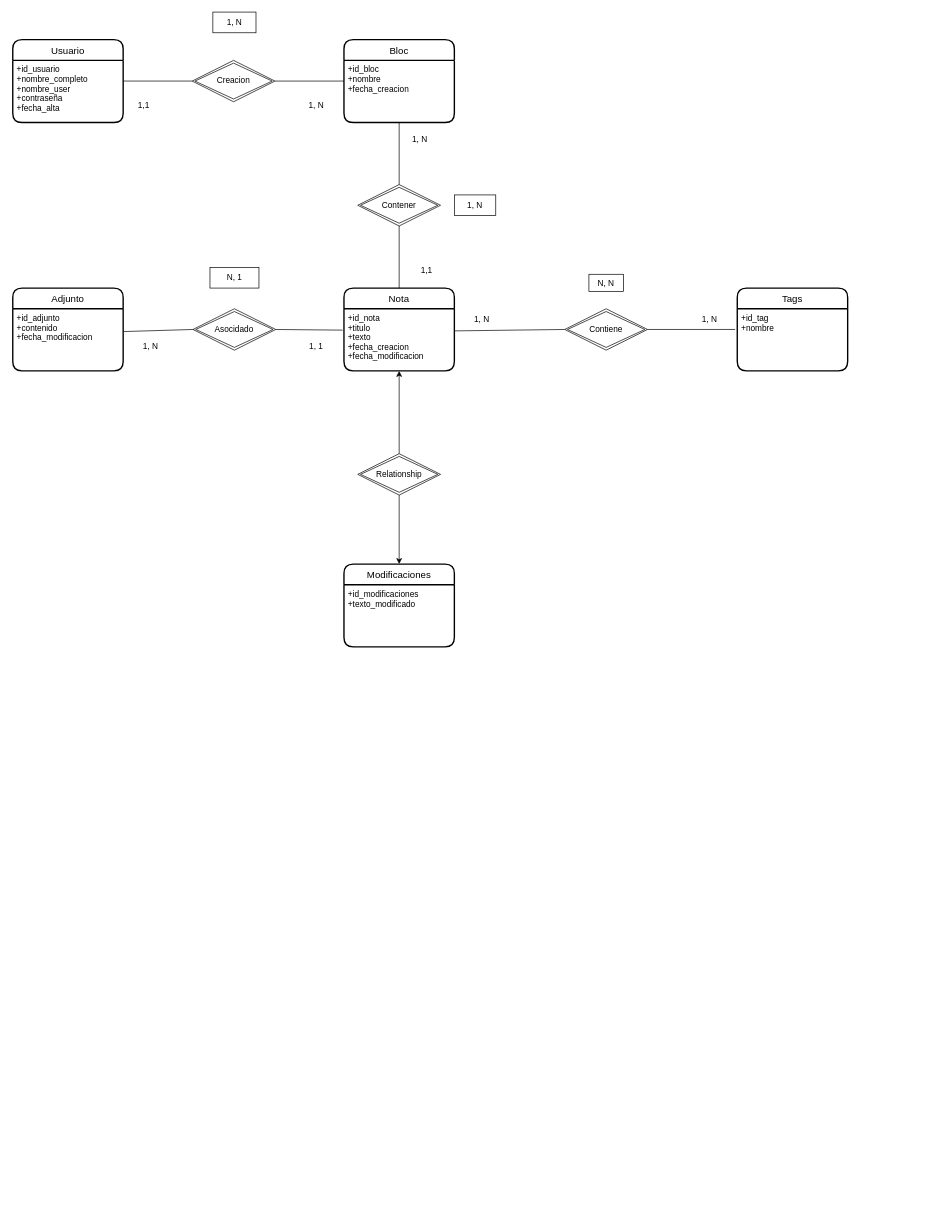
Earlier version of the draw.io diagram Diagrama sin título.drawio (marcosfernandezlopez/Laboratorio-de-redes-y-sistemas-operativos). Source tidied: cells renumbered, new cells numbered last; positions are measured from the earlier drawing's top-left corner, leaving out a move shared by most shapes. Both pictures are drawn from the tidied source at 69%, with x=0, y=0 at pixel (12, 12).
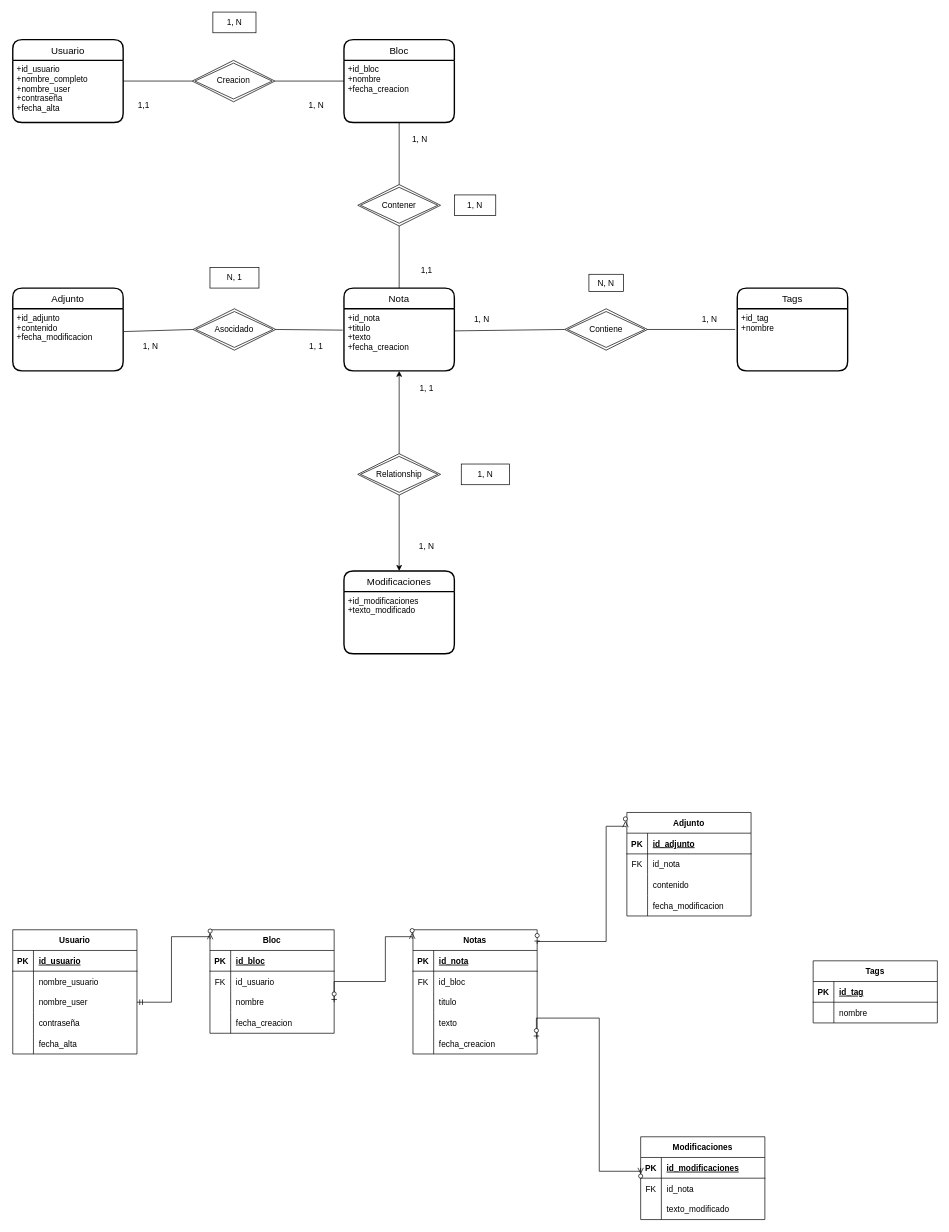
Above is the later version.

Unchanged cells that the change refers to:
```xml
<mxCell id="6" value="Nota" style="swimlane;horizontal=1;startSize=30;rounded=1;fontSize=14;fontStyle=0;strokeWidth=2;shadow=0;dashed=0;align=center;" parent="1" vertex="1">
  <mxGeometry x="480" y="400" width="160" height="120" as="geometry" />
</mxCell>
```

Diff of the diagram source:
```diff
@@
-    <mxCell id="7" value="+id_nota&#10;+titulo&#10;+texto&#10;+fecha_creacion&#10;+fecha_modificacion" style="align=left;strokeColor=none;fillColor=none;spacingLeft=4;fontSize=12;verticalAlign=top;" parent="6" vertex="1">
+    <mxCell id="7" value="+id_nota&#10;+titulo&#10;+texto&#10;+fecha_creacion" style="align=left;strokeColor=none;fillColor=none;spacingLeft=4;fontSize=12;verticalAlign=top;" parent="6" vertex="1">
       <mxGeometry y="30" width="160" height="90" as="geometry" />
     </mxCell>
@@
     <mxCell id="39" value="Modificaciones" style="swimlane;horizontal=1;startSize=30;rounded=1;fontSize=14;fontStyle=0;strokeWidth=2;shadow=0;dashed=0;align=center;" parent="1" vertex="1">
-      <mxGeometry x="480" y="800" width="160" height="120" as="geometry" />
+      <mxGeometry x="480" y="810" width="160" height="120" as="geometry" />
     </mxCell>
@@
+    <mxCell id="41" value="1, 1" style="text;html=1;strokeColor=none;fillColor=none;align=center;verticalAlign=middle;whiteSpace=wrap;rounded=0;" parent="1" vertex="1">
+      <mxGeometry x="570" y="530" width="60" height="30" as="geometry" />
+    </mxCell>
+    <mxCell id="42" value="1, N" style="text;html=1;strokeColor=none;fillColor=none;align=center;verticalAlign=middle;whiteSpace=wrap;rounded=0;" parent="1" vertex="1">
+      <mxGeometry x="570" y="760" width="60" height="30" as="geometry" />
+    </mxCell>
+    <mxCell id="43" value="1, N" style="rounded=0;whiteSpace=wrap;html=1;" parent="1" vertex="1">
+      <mxGeometry x="650" y="655" width="70" height="30" as="geometry" />
+    </mxCell>
+    <mxCell id="44" value="Usuario" style="shape=table;startSize=30;childLayout=tableLayout;rowLines=0;fontStyle=1;align=center;" parent="1" vertex="1">
+      <mxGeometry y="1330" width="180" height="180" as="geometry" />
+    </mxCell>
+    <mxCell id="45" style="shape=tableRow;horizontal=0;startSize=0;swimlaneHead=0;swimlaneBody=0;fillColor=none;top=0;left=0;right=0;bottom=1;" parent="44" vertex="1">
+      <mxGeometry y="30" width="180" height="30" as="geometry" />
+    </mxCell>
+    <mxCell id="46" value="PK" style="shape=partialRectangle;fillColor=none;top=0;left=0;bottom=0;right=0;fontStyle=1;overflow=hidden;" parent="45" vertex="1">
+      <mxGeometry width="30" height="30" as="geometry" />
+    </mxCell>
+    <mxCell id="47" value="id_usuario" style="shape=partialRectangle;fillColor=none;top=0;left=0;bottom=0;right=0;align=left;spacingLeft=6;fontStyle=5;overflow=hidden;" parent="45" vertex="1">
+      <mxGeometry x="30" width="150" height="30" as="geometry" />
+    </mxCell>
+    <mxCell id="48" style="shape=tableRow;horizontal=0;startSize=0;swimlaneHead=0;swimlaneBody=0;fillColor=none;top=0;left=0;right=0;bottom=0;" parent="44" vertex="1">
+      <mxGeometry y="60" width="180" height="30" as="geometry" />
+    </mxCell>
+    <mxCell id="49" style="shape=partialRectangle;fillColor=none;top=0;left=0;bottom=0;right=0;overflow=hidden;" parent="48" vertex="1">
+      <mxGeometry width="30" height="30" as="geometry" />
+    </mxCell>
+    <mxCell id="50" value="nombre_usuario" style="shape=partialRectangle;fillColor=none;top=0;left=0;bottom=0;right=0;align=left;spacingLeft=6;overflow=hidden;" parent="48" vertex="1">
+      <mxGeometry x="30" width="150" height="30" as="geometry" />
+    </mxCell>
+    <mxCell id="51" style="shape=tableRow;horizontal=0;startSize=0;swimlaneHead=0;swimlaneBody=0;fillColor=none;points=[[0,0.5],[1,0.5]];portConstraint=eastwest;top=0;left=0;right=0;bottom=0;" parent="44" vertex="1">
+      <mxGeometry y="90" width="180" height="30" as="geometry" />
+    </mxCell>
+    <mxCell id="52" style="shape=partialRectangle;fillColor=none;top=0;left=0;bottom=0;right=0;overflow=hidden;" parent="51" vertex="1">
+      <mxGeometry width="30" height="30" as="geometry" />
+    </mxCell>
+    <mxCell id="53" value="nombre_user" style="shape=partialRectangle;fillColor=none;top=0;left=0;bottom=0;right=0;align=left;spacingLeft=6;overflow=hidden;" parent="51" vertex="1">
+      <mxGeometry x="30" width="150" height="30" as="geometry" />
+    </mxCell>
+    <mxCell id="54" style="shape=tableRow;horizontal=0;startSize=0;swimlaneHead=0;swimlaneBody=0;fillColor=none;top=0;left=0;right=0;bottom=0;" parent="44" vertex="1">
+      <mxGeometry y="120" width="180" height="30" as="geometry" />
+    </mxCell>
+    <mxCell id="55" style="shape=partialRectangle;fillColor=none;top=0;left=0;bottom=0;right=0;overflow=hidden;" parent="54" vertex="1">
+      <mxGeometry width="30" height="30" as="geometry" />
+    </mxCell>
+    <mxCell id="56" value="contraseña" style="shape=partialRectangle;fillColor=none;top=0;left=0;bottom=0;right=0;align=left;spacingLeft=6;overflow=hidden;" parent="54" vertex="1">
+      <mxGeometry x="30" width="150" height="30" as="geometry" />
+    </mxCell>
+    <mxCell id="57" style="shape=tableRow;horizontal=0;startSize=0;swimlaneHead=0;swimlaneBody=0;fillColor=none;top=0;left=0;right=0;bottom=0;" parent="44" vertex="1">
+      <mxGeometry y="150" width="180" height="30" as="geometry" />
+    </mxCell>
+    <mxCell id="58" style="shape=partialRectangle;fillColor=none;top=0;left=0;bottom=0;right=0;overflow=hidden;" parent="57" vertex="1">
+      <mxGeometry width="30" height="30" as="geometry" />
+    </mxCell>
+    <mxCell id="59" value="fecha_alta" style="shape=partialRectangle;fillColor=none;top=0;left=0;bottom=0;right=0;align=left;spacingLeft=6;overflow=hidden;" parent="57" vertex="1">
+      <mxGeometry x="30" width="150" height="30" as="geometry" />
+    </mxCell>
+    <mxCell id="60" value="Bloc" style="shape=table;startSize=30;childLayout=tableLayout;rowLines=0;fontStyle=1;align=center;" parent="1" vertex="1">
+      <mxGeometry x="285.8" y="1330" width="180" height="150" as="geometry" />
+    </mxCell>
+    <mxCell id="61" style="shape=tableRow;horizontal=0;startSize=0;swimlaneHead=0;swimlaneBody=0;fillColor=none;top=0;left=0;right=0;bottom=1;" parent="60" vertex="1">
+      <mxGeometry y="30" width="180" height="30" as="geometry" />
+    </mxCell>
+    <mxCell id="62" value="PK" style="shape=partialRectangle;fillColor=none;top=0;left=0;bottom=0;right=0;fontStyle=1;overflow=hidden;" parent="61" vertex="1">
+      <mxGeometry width="30" height="30" as="geometry" />
+    </mxCell>
+    <mxCell id="63" value="id_bloc" style="shape=partialRectangle;fillColor=none;top=0;left=0;bottom=0;right=0;align=left;spacingLeft=6;fontStyle=5;overflow=hidden;" parent="61" vertex="1">
+      <mxGeometry x="30" width="150" height="30" as="geometry" />
+    </mxCell>
+    <mxCell id="64" style="shape=tableRow;horizontal=0;startSize=0;swimlaneHead=0;swimlaneBody=0;fillColor=none;top=0;left=0;right=0;bottom=0;" parent="60" vertex="1">
+      <mxGeometry y="60" width="180" height="30" as="geometry" />
+    </mxCell>
+    <mxCell id="65" value="FK" style="shape=partialRectangle;fillColor=none;top=0;left=0;bottom=0;right=0;fontStyle=0;overflow=hidden;" parent="64" vertex="1">
+      <mxGeometry width="30" height="30" as="geometry" />
+    </mxCell>
+    <mxCell id="66" value="id_usuario" style="shape=partialRectangle;fillColor=none;top=0;left=0;bottom=0;right=0;align=left;spacingLeft=6;fontStyle=0;overflow=hidden;" parent="64" vertex="1">
+      <mxGeometry x="30" width="150" height="30" as="geometry" />
+    </mxCell>
+    <mxCell id="67" style="shape=tableRow;horizontal=0;startSize=0;swimlaneHead=0;swimlaneBody=0;fillColor=none;points=[[0,0.5],[1,0.5]];portConstraint=eastwest;top=0;left=0;right=0;bottom=0;" parent="60" vertex="1">
+      <mxGeometry y="90" width="180" height="30" as="geometry" />
+    </mxCell>
+    <mxCell id="68" style="shape=partialRectangle;fillColor=none;top=0;left=0;bottom=0;right=0;overflow=hidden;" parent="67" vertex="1">
+      <mxGeometry width="30" height="30" as="geometry" />
+    </mxCell>
+    <mxCell id="69" value="nombre" style="shape=partialRectangle;fillColor=none;top=0;left=0;bottom=0;right=0;align=left;spacingLeft=6;overflow=hidden;" parent="67" vertex="1">
+      <mxGeometry x="30" width="150" height="30" as="geometry" />
+    </mxCell>
+    <mxCell id="70" style="shape=tableRow;horizontal=0;startSize=0;swimlaneHead=0;swimlaneBody=0;fillColor=none;top=0;left=0;right=0;bottom=0;" parent="60" vertex="1">
+      <mxGeometry y="120" width="180" height="30" as="geometry" />
+    </mxCell>
+    <mxCell id="71" style="shape=partialRectangle;fillColor=none;top=0;left=0;bottom=0;right=0;overflow=hidden;" parent="70" vertex="1">
+      <mxGeometry width="30" height="30" as="geometry" />
+    </mxCell>
+    <mxCell id="72" value="fecha_creacion" style="shape=partialRectangle;fillColor=none;top=0;left=0;bottom=0;right=0;align=left;spacingLeft=6;overflow=hidden;" parent="70" vertex="1">
+      <mxGeometry x="30" width="150" height="30" as="geometry" />
+    </mxCell>
+    <mxCell id="73" value="Notas" style="shape=table;startSize=30;childLayout=tableLayout;rowLines=0;fontStyle=1;align=center;" parent="1" vertex="1">
+      <mxGeometry x="580" y="1330" width="180" height="180" as="geometry" />
+    </mxCell>
+    <mxCell id="74" style="shape=tableRow;horizontal=0;startSize=0;swimlaneHead=0;swimlaneBody=0;fillColor=none;top=0;left=0;right=0;bottom=1;" parent="73" vertex="1">
+      <mxGeometry y="30" width="180" height="30" as="geometry" />
+    </mxCell>
+    <mxCell id="75" value="PK" style="shape=partialRectangle;fillColor=none;top=0;left=0;bottom=0;right=0;fontStyle=1;overflow=hidden;" parent="74" vertex="1">
+      <mxGeometry width="30" height="30" as="geometry" />
+    </mxCell>
+    <mxCell id="76" value="id_nota" style="shape=partialRectangle;fillColor=none;top=0;left=0;bottom=0;right=0;align=left;spacingLeft=6;fontStyle=5;overflow=hidden;" parent="74" vertex="1">
+      <mxGeometry x="30" width="150" height="30" as="geometry" />
+    </mxCell>
+    <mxCell id="77" style="shape=tableRow;horizontal=0;startSize=0;swimlaneHead=0;swimlaneBody=0;fillColor=none;top=0;left=0;right=0;bottom=0;" parent="73" vertex="1">
+      <mxGeometry y="60" width="180" height="30" as="geometry" />
+    </mxCell>
+    <mxCell id="78" value="FK" style="shape=partialRectangle;fillColor=none;top=0;left=0;bottom=0;right=0;fontStyle=0;overflow=hidden;" parent="77" vertex="1">
+      <mxGeometry width="30" height="30" as="geometry" />
+    </mxCell>
+    <mxCell id="79" value="id_bloc" style="shape=partialRectangle;fillColor=none;top=0;left=0;bottom=0;right=0;align=left;spacingLeft=6;fontStyle=0;overflow=hidden;" parent="77" vertex="1">
+      <mxGeometry x="30" width="150" height="30" as="geometry" />
+    </mxCell>
+    <mxCell id="80" style="shape=tableRow;horizontal=0;startSize=0;swimlaneHead=0;swimlaneBody=0;fillColor=none;top=0;left=0;right=0;bottom=0;" parent="73" vertex="1">
+      <mxGeometry y="90" width="180" height="30" as="geometry" />
+    </mxCell>
+    <mxCell id="81" style="shape=partialRectangle;fillColor=none;top=0;left=0;bottom=0;right=0;overflow=hidden;" parent="80" vertex="1">
+      <mxGeometry width="30" height="30" as="geometry" />
+    </mxCell>
+    <mxCell id="82" value="titulo" style="shape=partialRectangle;fillColor=none;top=0;left=0;bottom=0;right=0;align=left;spacingLeft=6;overflow=hidden;" parent="80" vertex="1">
+      <mxGeometry x="30" width="150" height="30" as="geometry" />
+    </mxCell>
+    <mxCell id="83" style="shape=tableRow;horizontal=0;startSize=0;swimlaneHead=0;swimlaneBody=0;fillColor=none;top=0;left=0;right=0;bottom=0;" parent="73" vertex="1">
+      <mxGeometry y="120" width="180" height="30" as="geometry" />
+    </mxCell>
+    <mxCell id="84" style="shape=partialRectangle;fillColor=none;top=0;left=0;bottom=0;right=0;overflow=hidden;" parent="83" vertex="1">
+      <mxGeometry width="30" height="30" as="geometry" />
+    </mxCell>
+    <mxCell id="85" value="texto" style="shape=partialRectangle;fillColor=none;top=0;left=0;bottom=0;right=0;align=left;spacingLeft=6;overflow=hidden;" parent="83" vertex="1">
+      <mxGeometry x="30" width="150" height="30" as="geometry" />
+    </mxCell>
+    <mxCell id="86" style="shape=tableRow;horizontal=0;startSize=0;swimlaneHead=0;swimlaneBody=0;fillColor=none;points=[[0,0.5],[1,0.5]];portConstraint=eastwest;top=0;left=0;right=0;bottom=0;" parent="73" vertex="1">
+      <mxGeometry y="150" width="180" height="30" as="geometry" />
+    </mxCell>
+    <mxCell id="87" style="shape=partialRectangle;fillColor=none;top=0;left=0;bottom=0;right=0;overflow=hidden;" parent="86" vertex="1">
+      <mxGeometry width="30" height="30" as="geometry" />
+    </mxCell>
+    <mxCell id="88" value="fecha_creacion" style="shape=partialRectangle;fillColor=none;top=0;left=0;bottom=0;right=0;align=left;spacingLeft=6;overflow=hidden;" parent="86" vertex="1">
+      <mxGeometry x="30" width="150" height="30" as="geometry" />
+    </mxCell>
+    <mxCell id="89" style="edgeStyle=orthogonalEdgeStyle;fontSize=12;html=1;endArrow=ERzeroToMany;startArrow=ERzeroToOne;rounded=0;exitX=1;exitY=0.5;exitDx=0;exitDy=0;entryX=-0.006;entryY=0.073;entryDx=0;entryDy=0;entryPerimeter=0;" parent="1" edge="1" source="67" target="73">
+      <mxGeometry relative="1" as="geometry">
+        <Array as="points">
+          <mxPoint x="540" y="1405" />
+          <mxPoint x="540" y="1340" />
+        </Array>
+      </mxGeometry>
+    </mxCell>
+    <mxCell id="90" style="edgeStyle=orthogonalEdgeStyle;fontSize=12;html=1;endArrow=ERzeroToMany;startArrow=ERmandOne;rounded=0;exitX=1;exitY=0.5;exitDx=0;exitDy=0;entryX=0.001;entryY=0.092;entryDx=0;entryDy=0;entryPerimeter=0;" parent="1" edge="1" source="51" target="60">
+      <mxGeometry relative="1" as="geometry">
+        <Array as="points">
+          <mxPoint x="230" y="1435" />
+          <mxPoint x="230" y="1340" />
+        </Array>
+      </mxGeometry>
+    </mxCell>
+    <mxCell id="91" value="Adjunto" style="shape=table;startSize=30;childLayout=tableLayout;rowLines=0;fontStyle=1;align=center;" parent="1" vertex="1">
+      <mxGeometry x="890" y="1160" width="180" height="150" as="geometry" />
+    </mxCell>
+    <mxCell id="92" style="shape=tableRow;horizontal=0;startSize=0;swimlaneHead=0;swimlaneBody=0;fillColor=none;top=0;left=0;right=0;bottom=1;" parent="91" vertex="1">
+      <mxGeometry y="30" width="180" height="30" as="geometry" />
+    </mxCell>
+    <mxCell id="93" value="PK" style="shape=partialRectangle;fillColor=none;top=0;left=0;bottom=0;right=0;fontStyle=1;overflow=hidden;" parent="92" vertex="1">
+      <mxGeometry width="30" height="30" as="geometry" />
+    </mxCell>
+    <mxCell id="94" value="id_adjunto" style="shape=partialRectangle;fillColor=none;top=0;left=0;bottom=0;right=0;align=left;spacingLeft=6;fontStyle=5;overflow=hidden;" parent="92" vertex="1">
+      <mxGeometry x="30" width="150" height="30" as="geometry" />
+    </mxCell>
+    <mxCell id="95" style="shape=tableRow;horizontal=0;startSize=0;swimlaneHead=0;swimlaneBody=0;fillColor=none;top=0;left=0;right=0;bottom=0;" parent="91" vertex="1">
+      <mxGeometry y="60" width="180" height="30" as="geometry" />
+    </mxCell>
+    <mxCell id="96" value="FK" style="shape=partialRectangle;fillColor=none;top=0;left=0;bottom=0;right=0;fontStyle=0;overflow=hidden;" parent="95" vertex="1">
+      <mxGeometry width="30" height="30" as="geometry" />
+    </mxCell>
+    <mxCell id="97" value="id_nota" style="shape=partialRectangle;fillColor=none;top=0;left=0;bottom=0;right=0;align=left;spacingLeft=6;fontStyle=0;overflow=hidden;" parent="95" vertex="1">
+      <mxGeometry x="30" width="150" height="30" as="geometry" />
+    </mxCell>
+    <mxCell id="98" style="shape=tableRow;horizontal=0;startSize=0;swimlaneHead=0;swimlaneBody=0;fillColor=none;top=0;left=0;right=0;bottom=0;" parent="91" vertex="1">
+      <mxGeometry y="90" width="180" height="30" as="geometry" />
+    </mxCell>
+    <mxCell id="99" style="shape=partialRectangle;fillColor=none;top=0;left=0;bottom=0;right=0;overflow=hidden;" parent="98" vertex="1">
+      <mxGeometry width="30" height="30" as="geometry" />
+    </mxCell>
+    <mxCell id="100" value="contenido" style="shape=partialRectangle;fillColor=none;top=0;left=0;bottom=0;right=0;align=left;spacingLeft=6;overflow=hidden;" parent="98" vertex="1">
+      <mxGeometry x="30" width="150" height="30" as="geometry" />
+    </mxCell>
+    <mxCell id="101" style="shape=tableRow;horizontal=0;startSize=0;swimlaneHead=0;swimlaneBody=0;fillColor=none;top=0;left=0;right=0;bottom=0;" parent="91" vertex="1">
+      <mxGeometry y="120" width="180" height="30" as="geometry" />
+    </mxCell>
+    <mxCell id="102" style="shape=partialRectangle;fillColor=none;top=0;left=0;bottom=0;right=0;overflow=hidden;" parent="101" vertex="1">
+      <mxGeometry width="30" height="30" as="geometry" />
+    </mxCell>
+    <mxCell id="103" value="fecha_modificacion" style="shape=partialRectangle;fillColor=none;top=0;left=0;bottom=0;right=0;align=left;spacingLeft=6;overflow=hidden;" parent="101" vertex="1">
+      <mxGeometry x="30" width="150" height="30" as="geometry" />
+    </mxCell>
+    <mxCell id="104" value="Tags" style="shape=table;startSize=30;childLayout=tableLayout;rowLines=0;fontStyle=1;align=center;" parent="1" vertex="1">
+      <mxGeometry x="1160" y="1375" width="180" height="90" as="geometry" />
+    </mxCell>
+    <mxCell id="105" style="shape=tableRow;horizontal=0;startSize=0;swimlaneHead=0;swimlaneBody=0;fillColor=none;top=0;left=0;right=0;bottom=1;" parent="104" vertex="1">
+      <mxGeometry y="30" width="180" height="30" as="geometry" />
+    </mxCell>
+    <mxCell id="106" value="PK" style="shape=partialRectangle;fillColor=none;top=0;left=0;bottom=0;right=0;fontStyle=1;overflow=hidden;" parent="105" vertex="1">
+      <mxGeometry width="30" height="30" as="geometry" />
+    </mxCell>
+    <mxCell id="107" value="id_tag" style="shape=partialRectangle;fillColor=none;top=0;left=0;bottom=0;right=0;align=left;spacingLeft=6;fontStyle=5;overflow=hidden;" parent="105" vertex="1">
+      <mxGeometry x="30" width="150" height="30" as="geometry" />
+    </mxCell>
+    <mxCell id="108" style="shape=tableRow;horizontal=0;startSize=0;swimlaneHead=0;swimlaneBody=0;fillColor=none;top=0;left=0;right=0;bottom=0;" parent="104" vertex="1">
+      <mxGeometry y="60" width="180" height="30" as="geometry" />
+    </mxCell>
+    <mxCell id="109" style="shape=partialRectangle;fillColor=none;top=0;left=0;bottom=0;right=0;overflow=hidden;" parent="108" vertex="1">
+      <mxGeometry width="30" height="30" as="geometry" />
+    </mxCell>
+    <mxCell id="110" value="nombre" style="shape=partialRectangle;fillColor=none;top=0;left=0;bottom=0;right=0;align=left;spacingLeft=6;overflow=hidden;" parent="108" vertex="1">
+      <mxGeometry x="30" width="150" height="30" as="geometry" />
+    </mxCell>
+    <mxCell id="111" value="Modificaciones" style="shape=table;startSize=30;childLayout=tableLayout;rowLines=0;fontStyle=1;align=center;" parent="1" vertex="1">
+      <mxGeometry x="910" y="1630" width="180" height="120" as="geometry" />
+    </mxCell>
+    <mxCell id="112" style="shape=tableRow;horizontal=0;startSize=0;swimlaneHead=0;swimlaneBody=0;fillColor=none;points=[[0,0.5],[1,0.5]];portConstraint=eastwest;top=0;left=0;right=0;bottom=1;" parent="111" vertex="1">
+      <mxGeometry y="30" width="180" height="30" as="geometry" />
+    </mxCell>
+    <mxCell id="113" value="PK" style="shape=partialRectangle;fillColor=none;top=0;left=0;bottom=0;right=0;fontStyle=1;overflow=hidden;" parent="112" vertex="1">
+      <mxGeometry width="30" height="30" as="geometry" />
+    </mxCell>
+    <mxCell id="114" value="id_modificaciones" style="shape=partialRectangle;fillColor=none;top=0;left=0;bottom=0;right=0;align=left;spacingLeft=6;fontStyle=5;overflow=hidden;" parent="112" vertex="1">
+      <mxGeometry x="30" width="150" height="30" as="geometry" />
+    </mxCell>
+    <mxCell id="115" style="shape=tableRow;horizontal=0;startSize=0;swimlaneHead=0;swimlaneBody=0;fillColor=none;top=0;left=0;right=0;bottom=0;" parent="111" vertex="1">
+      <mxGeometry y="60" width="180" height="30" as="geometry" />
+    </mxCell>
+    <mxCell id="116" value="FK" style="shape=partialRectangle;fillColor=none;top=0;left=0;bottom=0;right=0;fontStyle=0;overflow=hidden;" parent="115" vertex="1">
+      <mxGeometry width="30" height="30" as="geometry" />
+    </mxCell>
+    <mxCell id="117" value="id_nota" style="shape=partialRectangle;fillColor=none;top=0;left=0;bottom=0;right=0;align=left;spacingLeft=6;fontStyle=0;overflow=hidden;" parent="115" vertex="1">
+      <mxGeometry x="30" width="150" height="30" as="geometry" />
+    </mxCell>
+    <mxCell id="118" style="shape=tableRow;horizontal=0;startSize=0;swimlaneHead=0;swimlaneBody=0;fillColor=none;top=0;left=0;right=0;bottom=0;" parent="111" vertex="1">
+      <mxGeometry y="90" width="180" height="30" as="geometry" />
+    </mxCell>
+    <mxCell id="119" style="shape=partialRectangle;fillColor=none;top=0;left=0;bottom=0;right=0;overflow=hidden;" parent="118" vertex="1">
+      <mxGeometry width="30" height="30" as="geometry" />
+    </mxCell>
+    <mxCell id="120" value="texto_modificado" style="shape=partialRectangle;fillColor=none;top=0;left=0;bottom=0;right=0;align=left;spacingLeft=6;overflow=hidden;" parent="118" vertex="1">
+      <mxGeometry x="30" width="150" height="30" as="geometry" />
+    </mxCell>
+    <mxCell id="121" style="edgeStyle=orthogonalEdgeStyle;fontSize=12;html=1;endArrow=ERzeroToMany;startArrow=ERzeroToOne;rounded=0;exitX=1;exitY=0.113;exitDx=0;exitDy=0;exitPerimeter=0;entryX=-0.011;entryY=0.142;entryDx=0;entryDy=0;entryPerimeter=0;" parent="1" edge="1" source="73" target="91">
+      <mxGeometry relative="1" as="geometry">
+        <Array as="points">
+          <mxPoint x="860" y="1347" />
+          <mxPoint x="860" y="1180" />
+          <mxPoint x="888" y="1180" />
+        </Array>
+      </mxGeometry>
+    </mxCell>
+    <mxCell id="122" style="edgeStyle=orthogonalEdgeStyle;fontSize=12;html=1;endArrow=ERzeroToMany;startArrow=ERzeroToOne;rounded=0;exitX=0.994;exitY=0.267;exitDx=0;exitDy=0;exitPerimeter=0;entryX=0;entryY=0.5;entryDx=0;entryDy=0;" parent="1" edge="1" source="86" target="112">
+      <mxGeometry relative="1" as="geometry">
+        <Array as="points">
+          <mxPoint x="850" y="1458" />
+          <mxPoint x="850" y="1680" />
+          <mxPoint x="910" y="1680" />
+        </Array>
+      </mxGeometry>
+    </mxCell>
```
